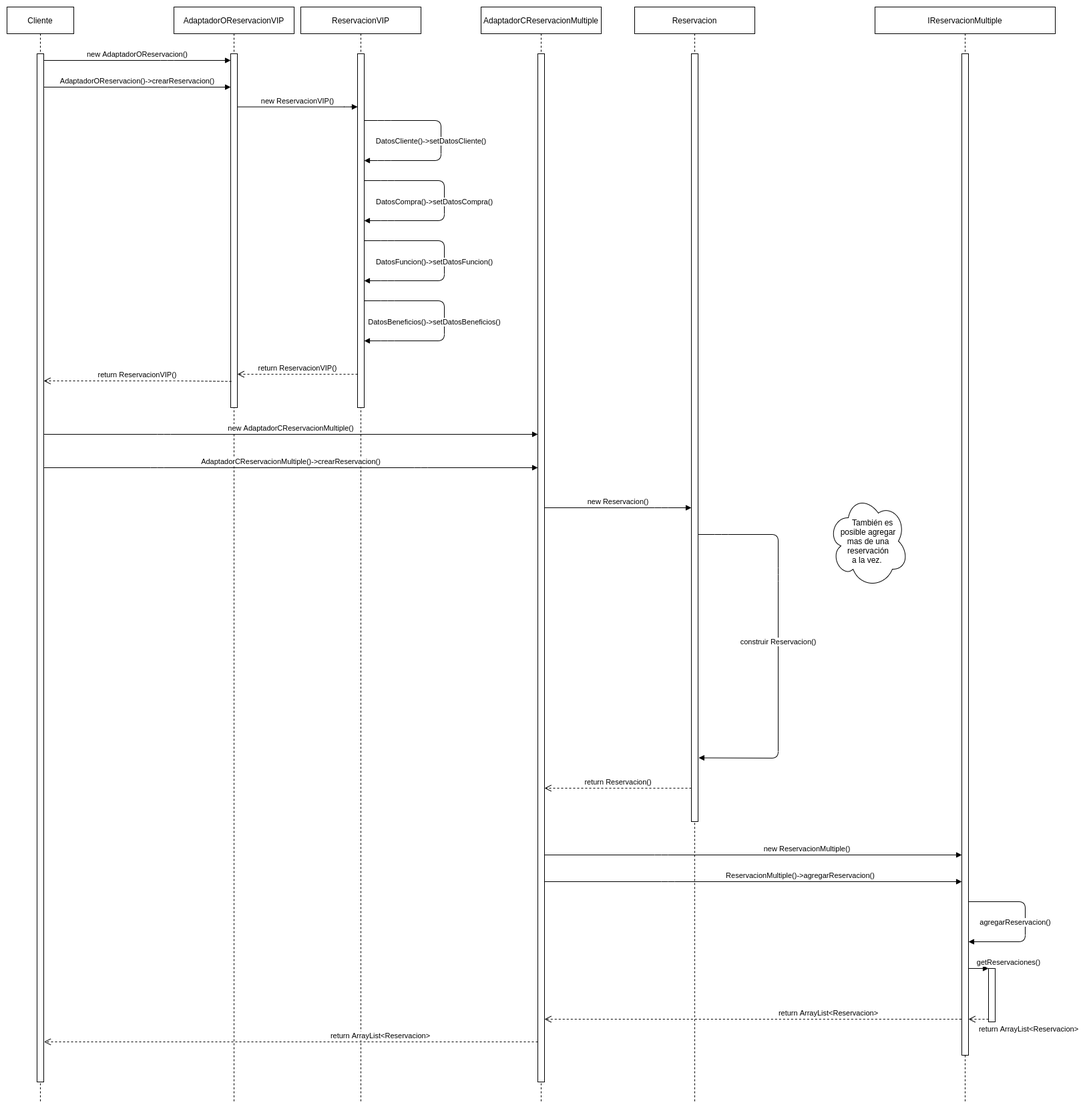
This is diagramas/OBJECT_ADAPATER_CLASS_ADAPTER_WHOLE_PART/png/diagrama de secuencia.png from Josemarialanda/PDAS-proyecto-final, a draw.io export, as it was before one commit. Source tidied: cells renumbered, new cells last; positions are measured from the earlier drawing's top-left corner, leaving out a move shared by most shapes.
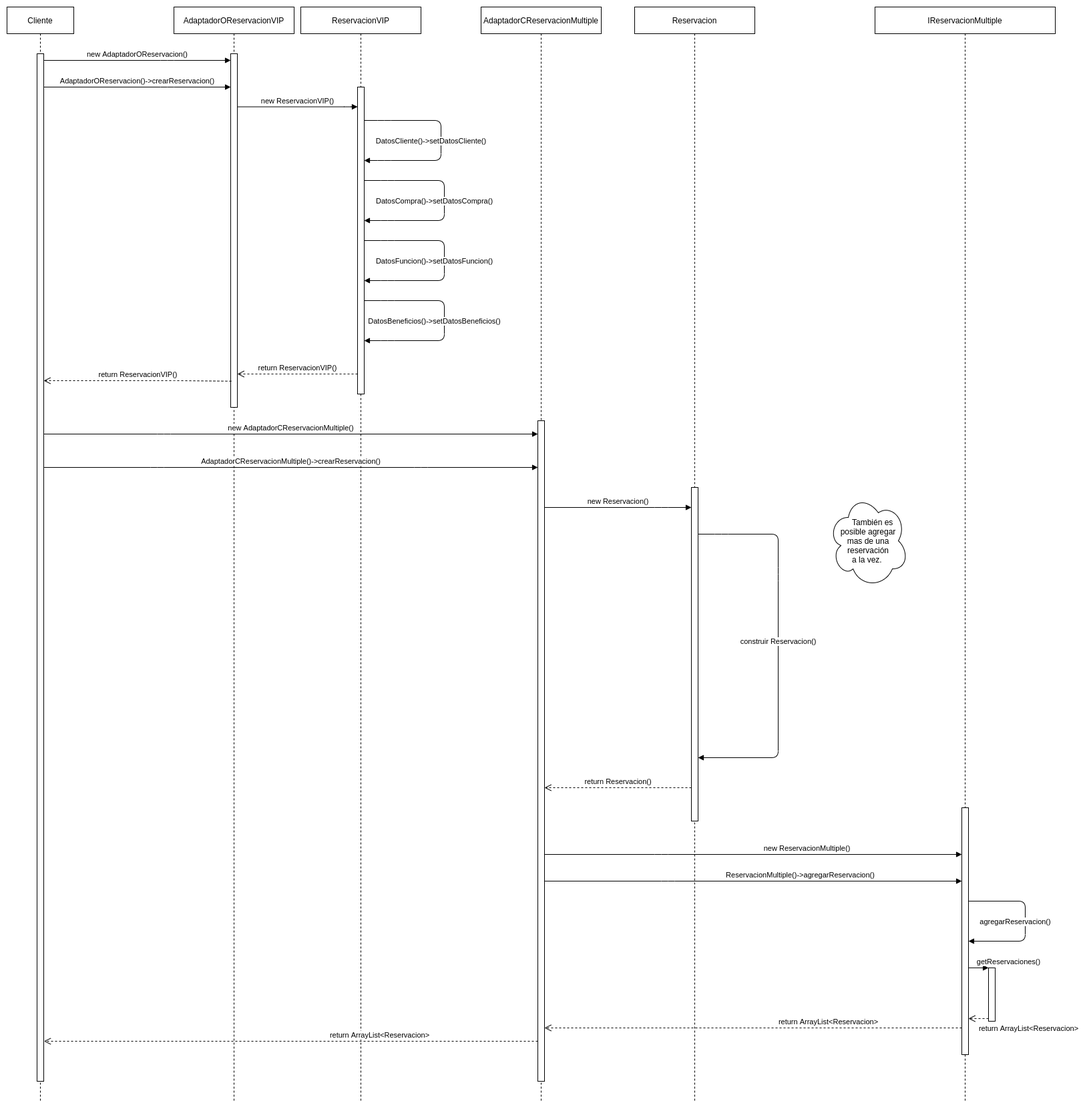
After the commit.

Commit message:
diagramas patron 6

Change to the diagram source:
```diff
@@ -18,7 +18,7 @@
       <mxGeometry x="710" width="180" height="1640" as="geometry" />
     </mxCell>
     <mxCell id="7" style="points=[];perimeter=orthogonalPerimeter;rounded=0;shadow=0;strokeWidth=1;" parent="6" vertex="1">
-      <mxGeometry x="85" y="70" width="10" height="1540" as="geometry" />
+      <mxGeometry x="85" y="620" width="10" height="990" as="geometry" />
     </mxCell>
     <mxCell id="8" value="new AdaptadorOReservacion()" style="html=1;verticalAlign=bottom;endArrow=block;" parent="1" edge="1" source="3" target="5">
       <mxGeometry relative="1" as="geometry">
@@ -38,7 +38,7 @@
       <mxGeometry x="440" width="180" height="1640" as="geometry" />
     </mxCell>
     <mxCell id="11" style="points=[];perimeter=orthogonalPerimeter;rounded=0;shadow=0;strokeWidth=1;" parent="10" vertex="1">
-      <mxGeometry x="85" y="70" width="10" height="530" as="geometry" />
+      <mxGeometry x="85" y="120" width="10" height="460" as="geometry" />
     </mxCell>
     <mxCell id="12" value="return ReservacionVIP()" style="html=1;verticalAlign=bottom;endArrow=open;dashed=1;endSize=8;" parent="10" edge="1" target="5">
       <mxGeometry relative="1" as="geometry">
@@ -100,7 +100,7 @@
       <mxGeometry x="1300" width="270" height="1640" as="geometry" />
     </mxCell>
     <mxCell id="19" style="points=[];perimeter=orthogonalPerimeter;rounded=0;shadow=0;strokeWidth=1;" parent="18" vertex="1">
-      <mxGeometry x="130" y="70" width="10" height="1500" as="geometry" />
+      <mxGeometry x="130" y="1200" width="10" height="370" as="geometry" />
     </mxCell>
     <mxCell id="20" value="agregarReservacion()" style="html=1;verticalAlign=bottom;endArrow=block;" parent="18" edge="1" source="19" target="19">
       <mxGeometry x="0.09" y="-15" relative="1" as="geometry">
@@ -155,9 +155,9 @@
       <mxGeometry x="940" width="180" height="1640" as="geometry" />
     </mxCell>
     <mxCell id="29" style="points=[];perimeter=orthogonalPerimeter;rounded=0;shadow=0;strokeWidth=1;" parent="28" vertex="1">
-      <mxGeometry x="85" y="70" width="10" height="1150" as="geometry" />
+      <mxGeometry x="85" y="720" width="10" height="500" as="geometry" />
     </mxCell>
-    <mxCell id="30" value="construir Reservacion()" style="html=1;verticalAlign=bottom;endArrow=block;entryX=1.09;entryY=0.917;entryDx=0;entryDy=0;entryPerimeter=0;" parent="28" edge="1" source="29" target="29">
+    <mxCell id="30" value="construir Reservacion()" style="html=1;verticalAlign=bottom;endArrow=block;" parent="28" edge="1" source="29" target="29">
       <mxGeometry x="0.01" relative="1" as="geometry">
         <Array as="points">
           <mxPoint x="130" y="790" />
@@ -187,8 +187,12 @@
         </Array>
       </mxGeometry>
     </mxCell>
-    <mxCell id="34" value="return ArrayList&amp;lt;Reservacion&amp;gt;" style="html=1;verticalAlign=bottom;endArrow=open;dashed=1;endSize=8;exitX=-0.07;exitY=0.964;exitDx=0;exitDy=0;exitPerimeter=0;" parent="1" edge="1" source="19" target="7">
-      <mxGeometry x="-0.36" relative="1" as="geometry" />
+    <mxCell id="34" value="return ArrayList&amp;lt;Reservacion&amp;gt;" style="html=1;verticalAlign=bottom;endArrow=open;dashed=1;endSize=8;" parent="1" edge="1" source="19" target="7">
+      <mxGeometry x="-0.36" relative="1" as="geometry">
+        <Array as="points">
+          <mxPoint x="1320" y="1530" />
+        </Array>
+      </mxGeometry>
     </mxCell>
     <mxCell id="35" value="return ReservacionVIP()" style="html=1;verticalAlign=bottom;endArrow=open;dashed=1;endSize=8;exitX=0.1;exitY=0.926;exitDx=0;exitDy=0;exitPerimeter=0;" parent="1" edge="1" source="5" target="3">
       <mxGeometry relative="1" as="geometry">
```
